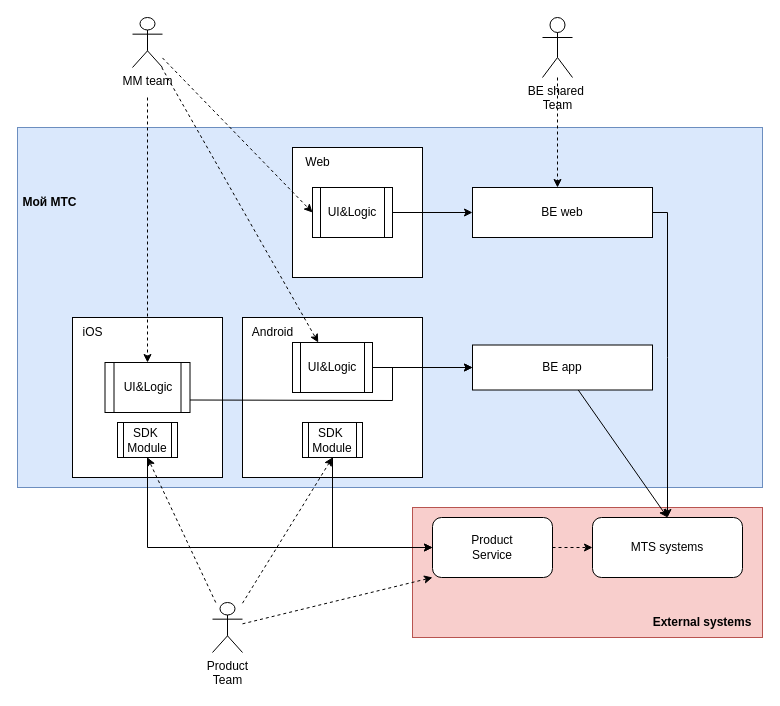
Before: Untitled Diagram.drawio in djdlp/InterviewQuestions, a draw.io diagram. Source tidied: cells renumbered, new cells numbered last; positions are measured from the earlier drawing's top-left corner, leaving out a move shared by most shapes. Both pictures are drawn from the tidied source at 100%, with x=0, y=0 at pixel (17, 17).
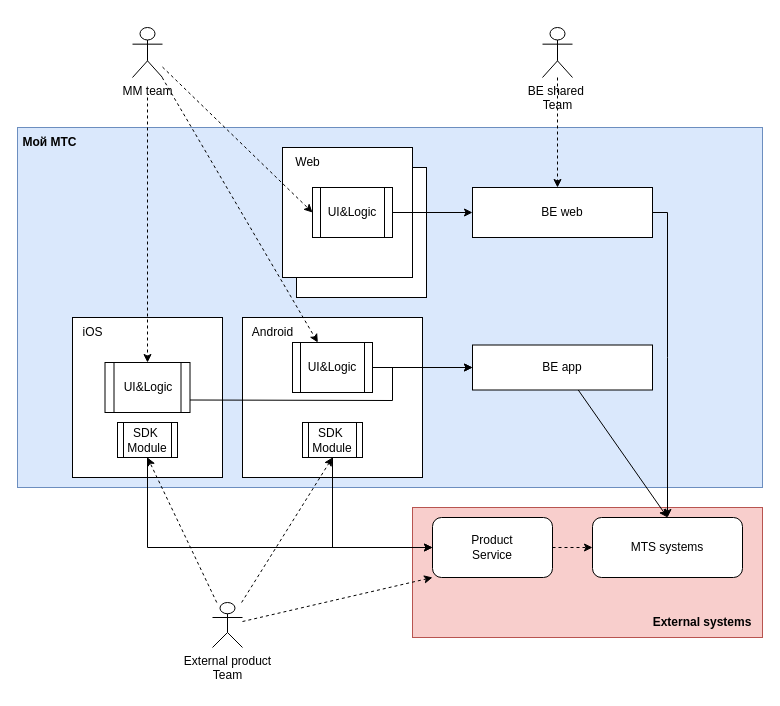
The same page after the edit.

The edit, as a diff of the source:
```diff
@@
+    <mxCell id="3" style="rounded=0;whiteSpace=wrap;html=1;strokeColor=#6c8ebf;fontFamily=Helvetica;fontSize=12;fillColor=#dae8fc;" parent="1" vertex="1">
+      <mxGeometry y="110" width="745" height="360" as="geometry" />
+    </mxCell>
+    <mxCell id="42" style="rounded=0;whiteSpace=wrap;html=1;fontFamily=Helvetica;fontSize=12;" parent="1" vertex="1">
+      <mxGeometry x="279" y="150" width="130" height="130" as="geometry" />
+    </mxCell>
@@
-    <mxCell id="3" style="rounded=0;whiteSpace=wrap;html=1;strokeColor=#6c8ebf;fontFamily=Helvetica;fontSize=12;fillColor=#dae8fc;" parent="1" vertex="1">
-      <mxGeometry y="110" width="745" height="360" as="geometry" />
-    </mxCell>
@@
     <mxCell id="10" value="MM team" style="shape=umlActor;verticalLabelPosition=bottom;verticalAlign=top;html=1;outlineConnect=0;rounded=0;strokeColor=default;fontFamily=Helvetica;fontSize=12;fontColor=default;fillColor=none;gradientColor=none;direction=east;" parent="1" vertex="1">
-      <mxGeometry x="115" width="30" height="50" as="geometry" />
+      <mxGeometry x="115" y="10" width="30" height="50" as="geometry" />
     </mxCell>
@@
-    <mxCell id="23" value="Product&lt;br&gt;Team" style="shape=umlActor;verticalLabelPosition=bottom;verticalAlign=top;html=1;outlineConnect=0;rounded=0;strokeColor=default;fontFamily=Helvetica;fontSize=12;fontColor=default;fillColor=none;gradientColor=none;" parent="1" vertex="1">
-      <mxGeometry x="195" y="585" width="30" height="50" as="geometry" />
+    <mxCell id="23" value="External product&lt;br&gt;Team" style="shape=umlActor;verticalLabelPosition=bottom;verticalAlign=top;html=1;outlineConnect=0;rounded=0;strokeColor=default;fontFamily=Helvetica;fontSize=12;fontColor=default;fillColor=none;gradientColor=none;" parent="1" vertex="1">
+      <mxGeometry x="195" y="585" width="30" height="45" as="geometry" />
     </mxCell>
@@
     <mxCell id="33" value="BE shared&amp;nbsp;&lt;br&gt;Team" style="shape=umlActor;verticalLabelPosition=bottom;verticalAlign=top;html=1;outlineConnect=0;rounded=1;strokeColor=default;fontFamily=Helvetica;fontSize=12;fontColor=default;fillColor=none;gradientColor=none;" parent="1" vertex="1">
-      <mxGeometry x="525" width="30" height="60" as="geometry" />
+      <mxGeometry x="525" y="10" width="30" height="50" as="geometry" />
     </mxCell>
     <mxCell id="34" value="Мой МТС" style="text;html=1;strokeColor=none;fillColor=none;align=center;verticalAlign=middle;whiteSpace=wrap;rounded=0;fontFamily=Helvetica;fontSize=12;fontColor=default;fontStyle=1;" parent="1" vertex="1">
-      <mxGeometry y="170" width="65" height="30" as="geometry" />
+      <mxGeometry y="110" width="65" height="30" as="geometry" />
     </mxCell>
@@
     <mxCell id="36" style="rounded=0;whiteSpace=wrap;html=1;fontFamily=Helvetica;fontSize=12;" parent="1" vertex="1">
-      <mxGeometry x="275" y="130" width="130" height="130" as="geometry" />
+      <mxGeometry x="265" y="130" width="130" height="130" as="geometry" />
     </mxCell>
@@
     <mxCell id="38" value="Web" style="text;html=1;align=center;verticalAlign=middle;strokeColor=none;fillColor=none;rotation=0;" parent="1" vertex="1">
-      <mxGeometry x="275" y="130" width="50" height="30" as="geometry" />
+      <mxGeometry x="265" y="130" width="50" height="30" as="geometry" />
     </mxCell>
```
